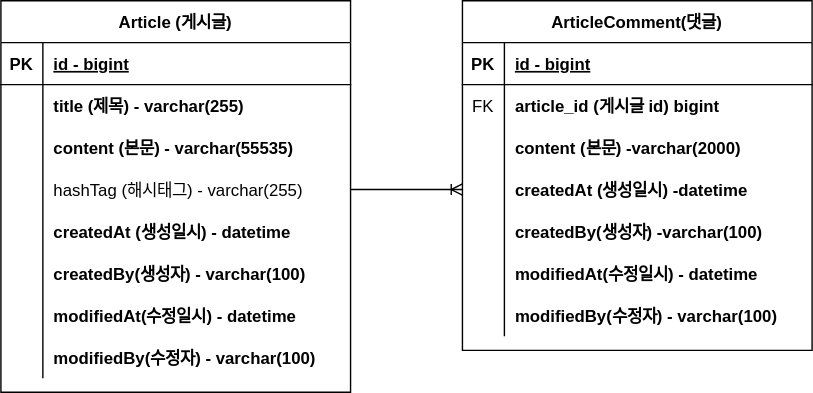
This is document/project-board-erd.svg from ckaanf/project-board, a draw.io export, as it was before one commit. Source tidied: cells renumbered, new cells last; positions are measured from the earlier drawing's top-left corner, leaving out a move shared by most shapes.
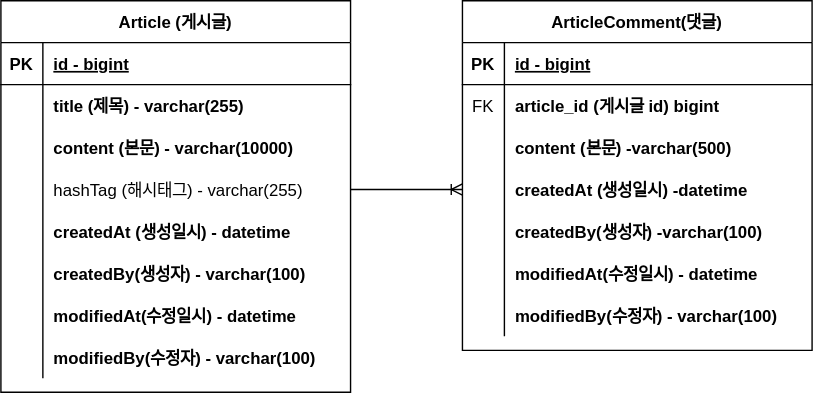
After the change.

Commit message:
#5 -erd 업데이트: content 사이즈 변경 project-board-erd.svg

Diff of the diagram source:
```diff
@@ -29,7 +29,7 @@
     <mxCell id="10" style="shape=partialRectangle;fillColor=none;top=0;left=0;bottom=0;right=0;overflow=hidden;" parent="9" vertex="1">
       <mxGeometry width="30" height="30" as="geometry" />
     </mxCell>
-    <mxCell id="11" value="content (본문) - varchar(55535)" style="shape=partialRectangle;fillColor=none;top=0;left=0;bottom=0;right=0;align=left;spacingLeft=6;overflow=hidden;fontStyle=1;" parent="9" vertex="1">
+    <mxCell id="11" value="content (본문) - varchar(10000)" style="shape=partialRectangle;fillColor=none;top=0;left=0;bottom=0;right=0;align=left;spacingLeft=6;overflow=hidden;fontStyle=1;" parent="9" vertex="1">
       <mxGeometry x="30" width="220" height="30" as="geometry" />
     </mxCell>
     <mxCell id="12" style="shape=tableRow;horizontal=0;startSize=0;swimlaneHead=0;swimlaneBody=0;fillColor=none;points=[[0,0.5],[1,0.5]];portConstraint=eastwest;top=0;left=0;right=0;bottom=0;" parent="2" vertex="1">
@@ -104,7 +104,7 @@
     <mxCell id="35" style="shape=partialRectangle;fillColor=none;top=0;left=0;bottom=0;right=0;overflow=hidden;" parent="34" vertex="1">
       <mxGeometry width="30" height="30" as="geometry" />
     </mxCell>
-    <mxCell id="36" value="content (본문) -varchar(2000)" style="shape=partialRectangle;fillColor=none;top=0;left=0;bottom=0;right=0;align=left;spacingLeft=6;overflow=hidden;fontStyle=1;" parent="34" vertex="1">
+    <mxCell id="36" value="content (본문) -varchar(500)" style="shape=partialRectangle;fillColor=none;top=0;left=0;bottom=0;right=0;align=left;spacingLeft=6;overflow=hidden;fontStyle=1;" parent="34" vertex="1">
       <mxGeometry x="30" width="220" height="30" as="geometry" />
     </mxCell>
     <mxCell id="37" style="shape=tableRow;horizontal=0;startSize=0;swimlaneHead=0;swimlaneBody=0;fillColor=none;points=[[0,0.5],[1,0.5]];portConstraint=eastwest;top=0;left=0;right=0;bottom=0;" parent="27" vertex="1">
```
